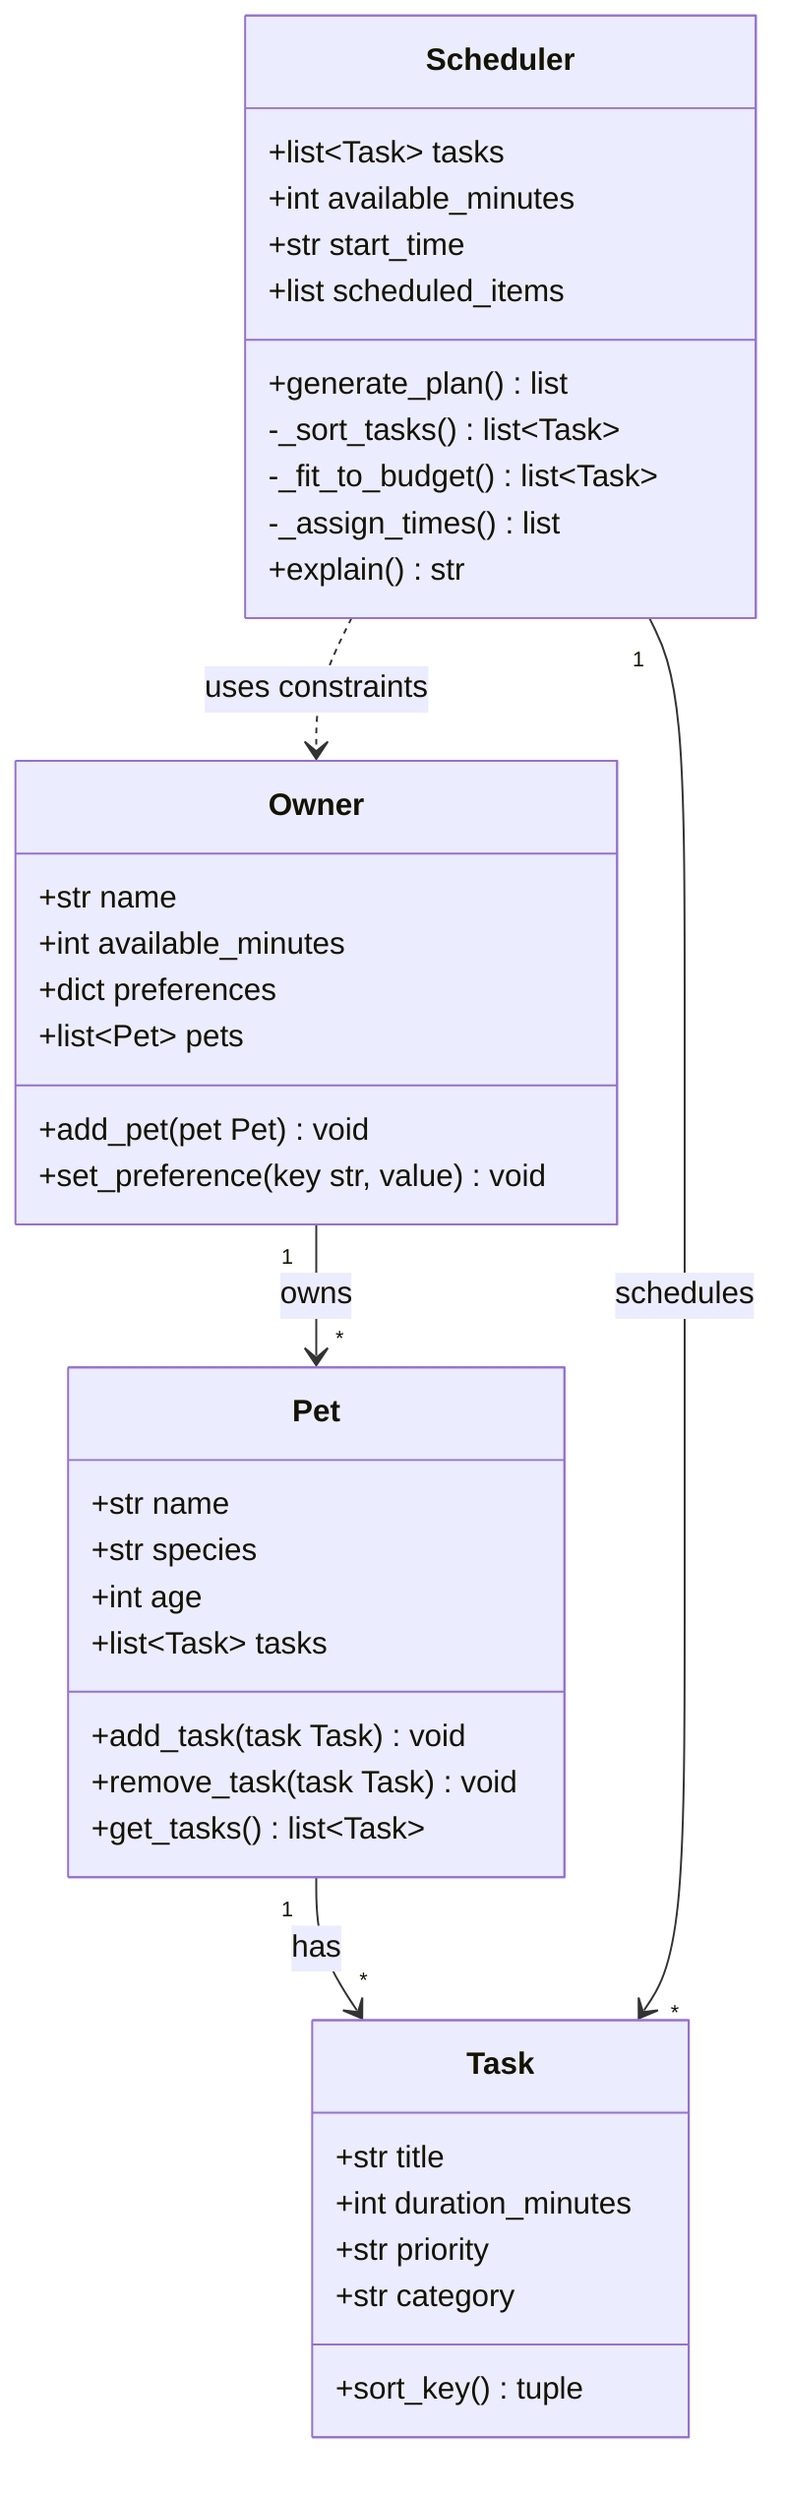
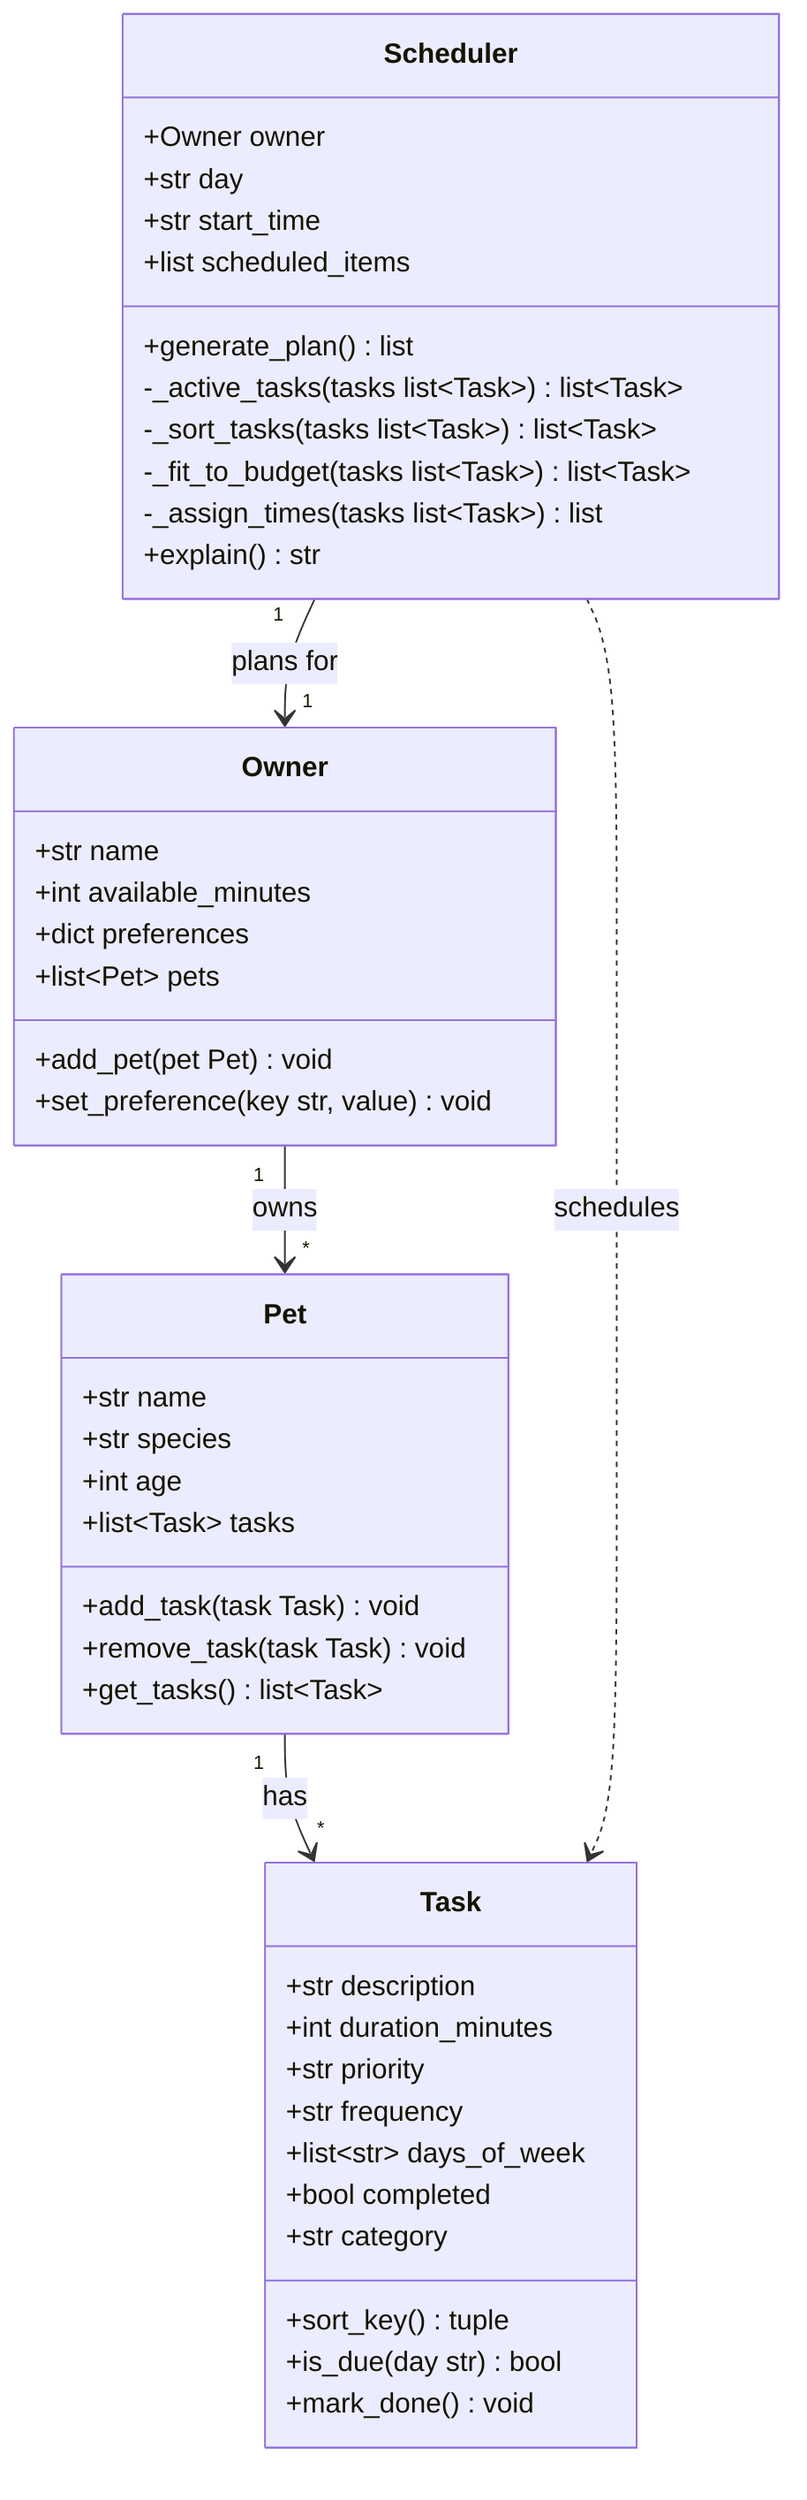
classDiagram
    %% PawPal+ class diagram
    %% Owner has Pets, Pets have Tasks, Scheduler builds a daily plan from Tasks + constraints.

    class Owner {
        +str name
        +int available_minutes
        +dict preferences
        +list~Pet~ pets
        +add_pet(pet Pet) void
        +set_preference(key str, value) void
    }

    class Pet {
        +str name
        +str species
        +int age
        +list~Task~ tasks
        +add_task(task Task) void
        +remove_task(task Task) void
        +get_tasks() list~Task~
    }

    class Task {
-         +str title
+         +str description
        +int duration_minutes
        +str priority
+         +str frequency
+         +list~str~ days_of_week
+         +bool completed
        +str category
        +sort_key() tuple
+         +is_due(day str) bool
+         +mark_done() void
    }

    class Scheduler {
-         +list~Task~ tasks
-         +int available_minutes
+         +Owner owner
+         +str day
        +str start_time
        +list scheduled_items
        +generate_plan() list
-         -_sort_tasks() list~Task~
-         -_fit_to_budget() list~Task~
-         -_assign_times() list
+         -_active_tasks(tasks list~Task~) list~Task~
+         -_sort_tasks(tasks list~Task~) list~Task~
+         -_fit_to_budget(tasks list~Task~) list~Task~
+         -_assign_times(tasks list~Task~) list
        +explain() str
    }

    Owner "1" --> "*" Pet : owns
    Pet "1" --> "*" Task : has
-     Scheduler "1" --> "*" Task : schedules
-     Scheduler ..> Owner : uses constraints
+     Scheduler "1" --> "1" Owner : plans for
+     Scheduler ..> Task : schedules
